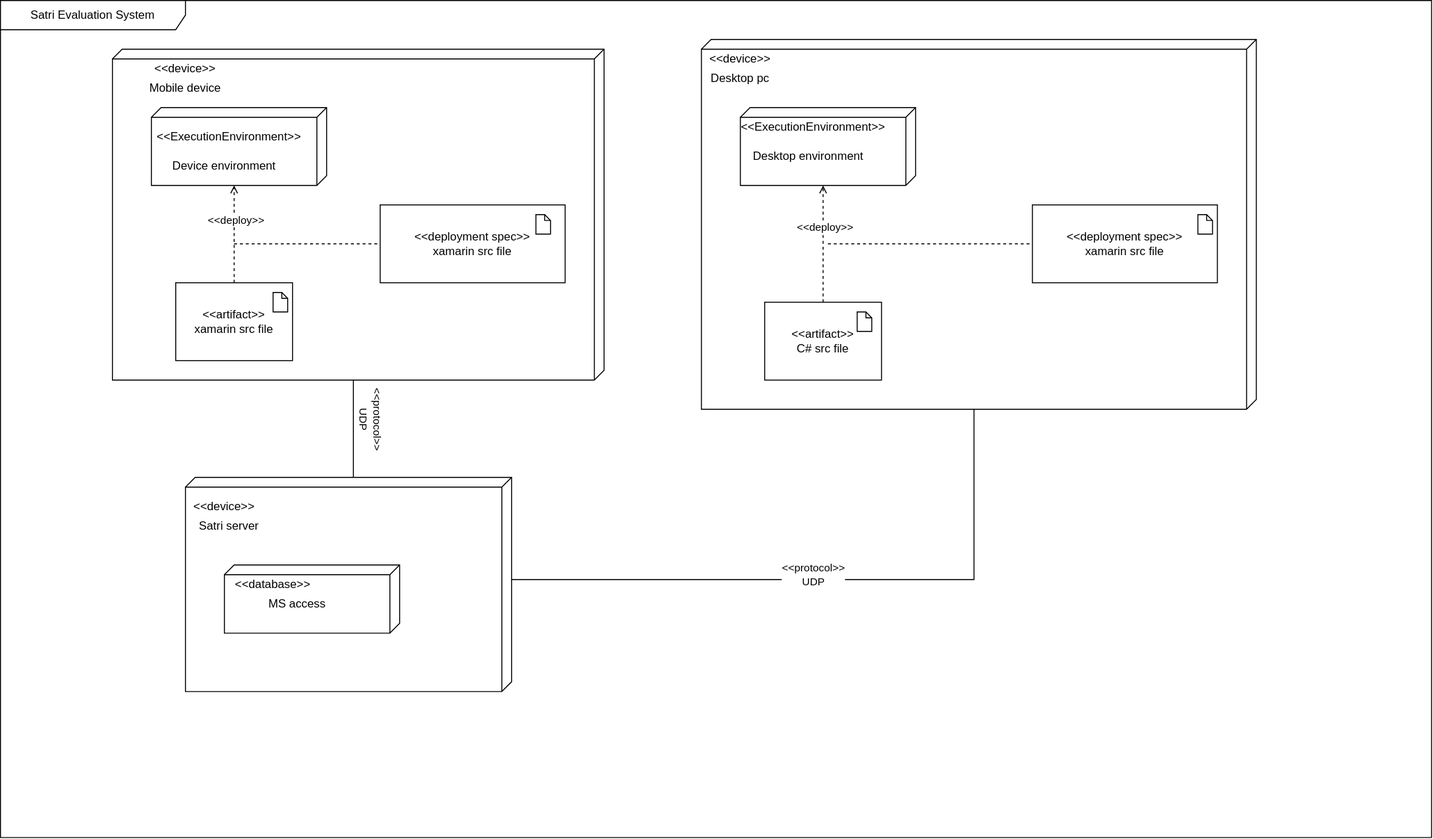
This is Deployment_Diagram.svg from samuelpilusa365/myRepo, a draw.io export, as it was before one commit. Source tidied: cells renumbered, new cells last; positions are measured from the earlier drawing's top-left corner, leaving out a move shared by most shapes.
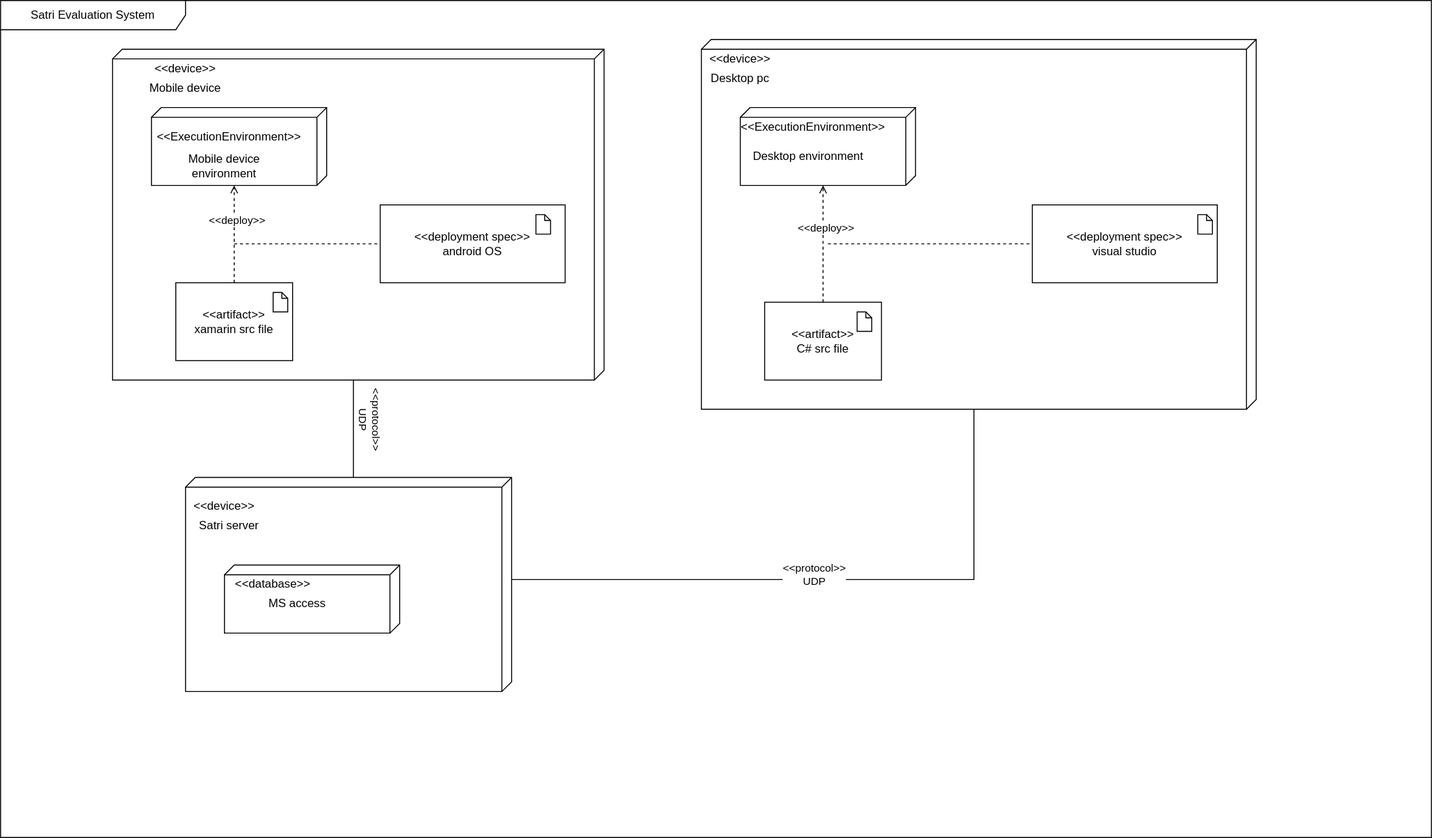
After the change.

Change to the diagram source:
```diff
@@ -38,7 +38,7 @@
     <mxCell id="13" value="&amp;lt;&amp;lt;ExecutionEnvironment&amp;gt;&amp;gt;" style="text;html=1;strokeColor=none;fillColor=none;align=center;verticalAlign=middle;whiteSpace=wrap;rounded=0;" parent="1" vertex="1">
       <mxGeometry x="215" y="130" width="40" height="20" as="geometry" />
     </mxCell>
-    <mxCell id="14" value="Device environment" style="text;html=1;strokeColor=none;fillColor=none;align=center;verticalAlign=middle;whiteSpace=wrap;rounded=0;" parent="1" vertex="1">
+    <mxCell id="14" value="Mobile device environment" style="text;html=1;strokeColor=none;fillColor=none;align=center;verticalAlign=middle;whiteSpace=wrap;rounded=0;" parent="1" vertex="1">
       <mxGeometry x="170" y="160" width="120" height="20" as="geometry" />
     </mxCell>
     <mxCell id="15" value="&amp;lt;&amp;lt;artifact&amp;gt;&amp;gt;&lt;br&gt;xamarin src file" style="rounded=0;whiteSpace=wrap;html=1;" parent="1" vertex="1">
@@ -47,7 +47,7 @@
     <mxCell id="16" style="shape=note2;boundedLbl=1;whiteSpace=wrap;html=1;size=6;verticalAlign=top;align=center;" parent="1" vertex="1">
       <mxGeometry x="280" y="300" width="15" height="20" as="geometry" />
     </mxCell>
-    <mxCell id="17" value="&amp;lt;&amp;lt;deployment spec&amp;gt;&amp;gt;&lt;br&gt;xamarin src file" style="rounded=0;whiteSpace=wrap;html=1;" parent="1" vertex="1">
+    <mxCell id="17" value="&amp;lt;&amp;lt;deployment spec&amp;gt;&amp;gt;&lt;br&gt;android OS" style="rounded=0;whiteSpace=wrap;html=1;" parent="1" vertex="1">
       <mxGeometry x="390" y="210" width="190" height="80" as="geometry" />
     </mxCell>
     <mxCell id="18" style="shape=note2;boundedLbl=1;whiteSpace=wrap;html=1;size=6;verticalAlign=top;align=center;" parent="1" vertex="1">
@@ -73,7 +73,7 @@
     <mxCell id="24" value="Desktop environment" style="text;html=1;strokeColor=none;fillColor=none;align=center;verticalAlign=middle;whiteSpace=wrap;rounded=0;" parent="1" vertex="1">
       <mxGeometry x="770" y="150" width="120" height="20" as="geometry" />
     </mxCell>
-    <mxCell id="25" value="&amp;lt;&amp;lt;deployment spec&amp;gt;&amp;gt;&lt;br&gt;xamarin src file" style="rounded=0;whiteSpace=wrap;html=1;" parent="1" vertex="1">
+    <mxCell id="25" value="&amp;lt;&amp;lt;deployment spec&amp;gt;&amp;gt;&lt;br&gt;visual studio" style="rounded=0;whiteSpace=wrap;html=1;" parent="1" vertex="1">
       <mxGeometry x="1060" y="210" width="190" height="80" as="geometry" />
     </mxCell>
     <mxCell id="26" value="&amp;lt;&amp;lt;artifact&amp;gt;&amp;gt;&lt;br&gt;C# src file" style="rounded=0;whiteSpace=wrap;html=1;" parent="1" vertex="1">
```
